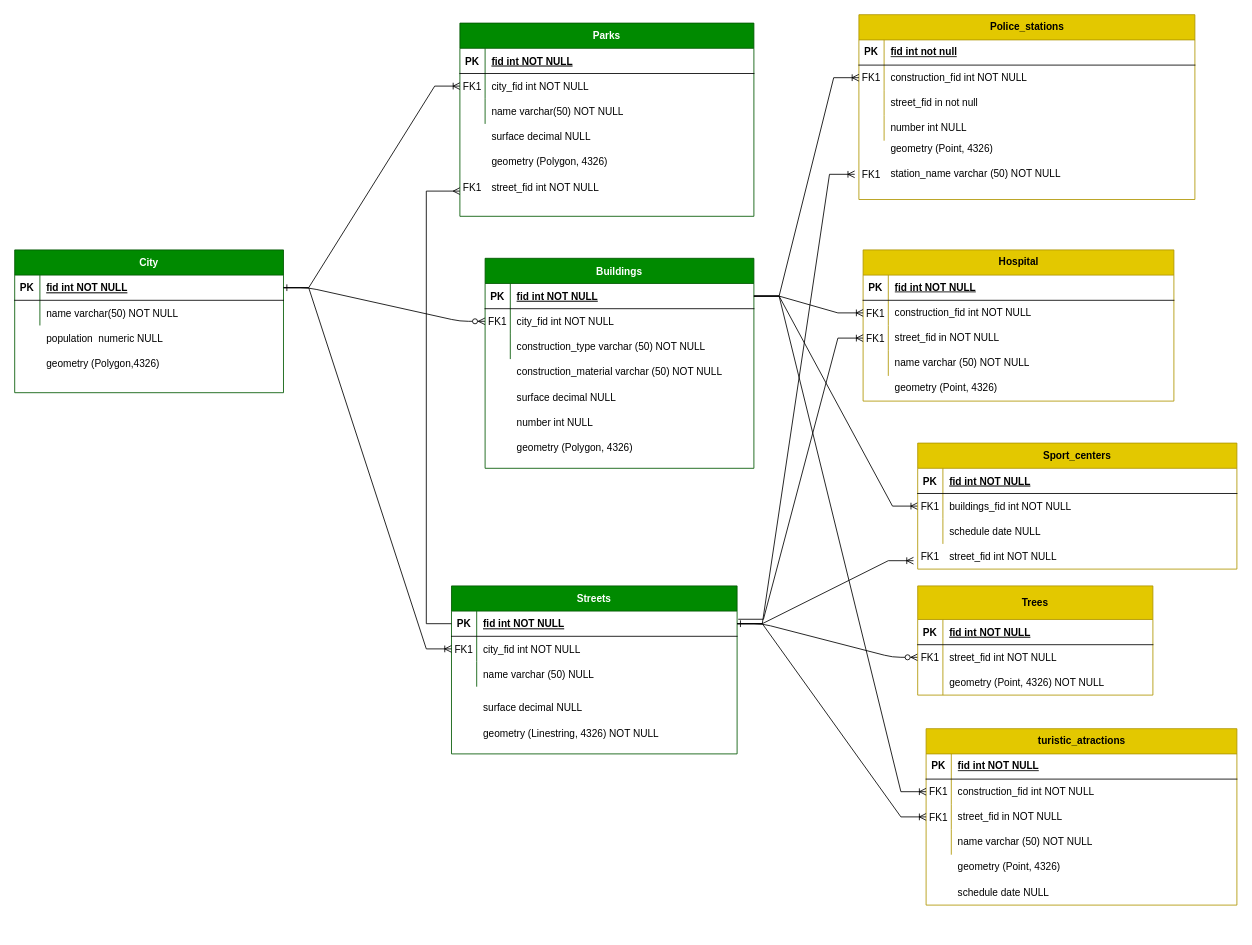
MaticA26/final_project_sem2 keeps this draw.io diagram as Final_project.drawio. Above is the earlier version. Source tidied: cells renumbered, new cells numbered last; positions are measured from the earlier drawing's top-left corner, leaving out a move shared by most shapes. Both pictures are drawn from the tidied source at 84%, with x=0, y=0 at pixel (14, 14).
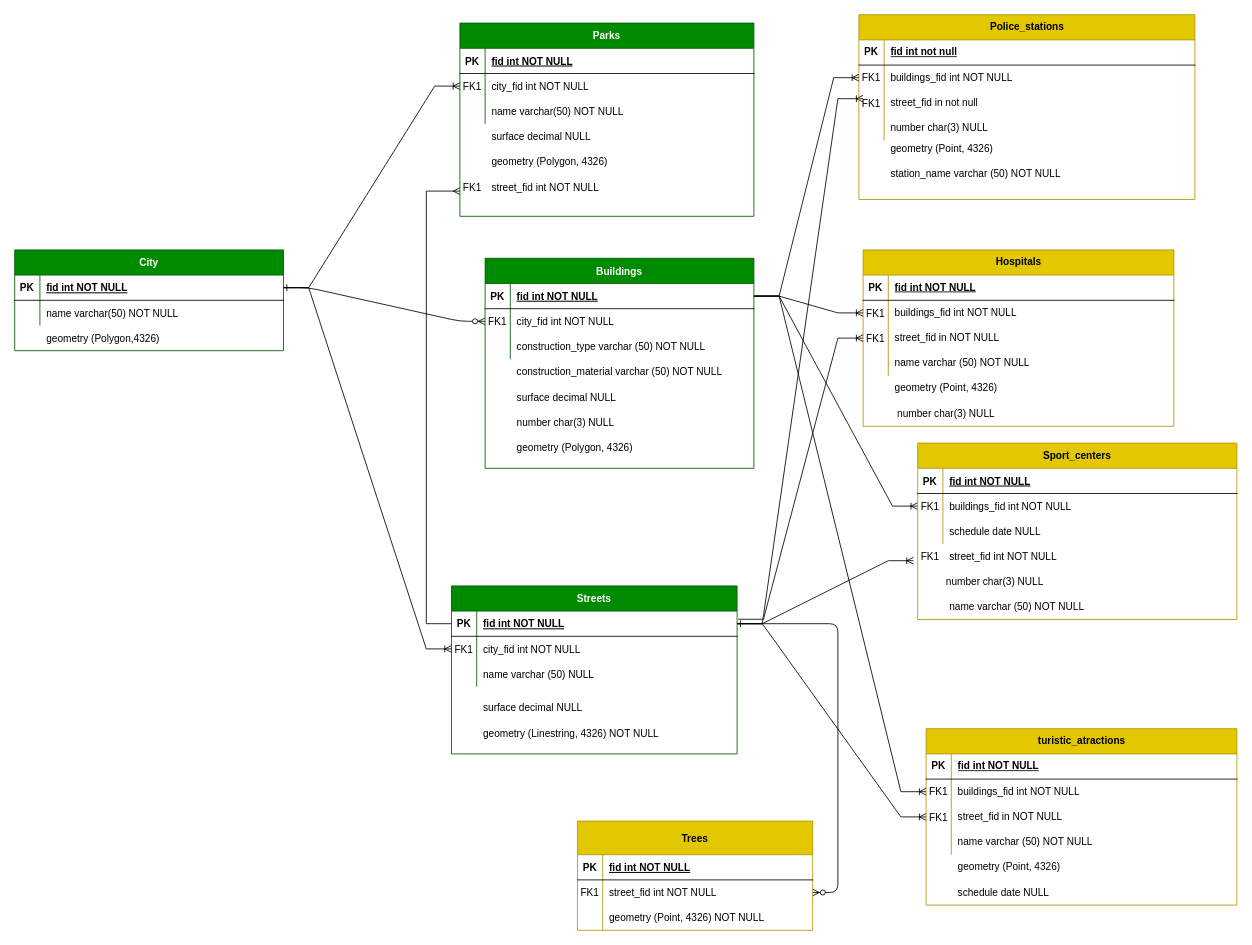
The same diagram, later.

The change refers to these unchanged cells:
```xml
<mxCell id="41" style="shape=partialRectangle;fillColor=none;points=[[0,0.5],[1,0.5]];portConstraint=eastwest;top=0;left=0;right=0;bottom=1;" parent="40" vertex="1">
  <mxGeometry y="30" width="340" height="30" as="geometry" />
</mxCell>
<mxCell id="87" style="shape=tableRow;horizontal=0;startSize=0;swimlaneHead=0;swimlaneBody=0;fillColor=none;points=[[0,0.5],[1,0.5]];portConstraint=eastwest;top=0;left=0;right=0;bottom=0;" parent="83" vertex="1">
  <mxGeometry y="60" width="400" height="30" as="geometry" />
</mxCell>
<mxCell id="93" style="shape=tableRow;horizontal=0;startSize=0;swimlaneHead=0;swimlaneBody=0;fillColor=none;top=0;left=0;right=0;bottom=0;" parent="83" vertex="1">
  <mxGeometry y="120" width="400" height="30" as="geometry" />
</mxCell>
<mxCell id="105" style="shape=tableRow;horizontal=0;startSize=0;swimlaneHead=0;swimlaneBody=0;fillColor=none;points=[[0,0.5],[1,0.5]];portConstraint=eastwest;top=0;left=0;right=0;bottom=0;" parent="101" vertex="1">
  <mxGeometry y="60" width="370" height="30" as="geometry" />
</mxCell>
<mxCell id="126" style="shape=tableRow;horizontal=0;startSize=0;swimlaneHead=0;swimlaneBody=0;fillColor=none;points=[[0,0.5],[1,0.5]];portConstraint=eastwest;top=0;left=0;right=0;bottom=0;" parent="122" vertex="1">
  <mxGeometry y="60" width="370" height="30" as="geometry" />
</mxCell>
```

Change to the diagram source:
```diff
@@
     <mxCell id="14" value="Trees" style="shape=table;startSize=40;childLayout=tableLayout;rowLines=0;fontStyle=1;align=center;fillColor=#e3c800;fontColor=#000000;strokeColor=#B09500;" parent="1" vertex="1">
-      <mxGeometry x="1075" y="680" width="280" height="130" as="geometry" />
+      <mxGeometry x="670" y="960" width="280" height="130" as="geometry" />
     </mxCell>
@@
     <mxCell id="24" value="City" style="shape=table;startSize=30;childLayout=tableLayout;rowLines=0;fontStyle=1;align=center;fillColor=#008a00;fontColor=#ffffff;strokeColor=#005700;" parent="1" vertex="1">
-      <mxGeometry y="280" width="320" height="170" as="geometry" />
+      <mxGeometry y="280" width="320" height="120" as="geometry" />
     </mxCell>
@@
-    <mxCell id="31" style="shape=partialRectangle;fillColor=none;top=0;left=0;right=0;bottom=0;" parent="1" vertex="1">
-      <mxGeometry y="370" width="320" height="30" as="geometry" />
-    </mxCell>
-    <mxCell id="32" style="shape=partialRectangle;overflow=hidden;fillColor=none;top=0;left=0;bottom=0;right=0;" parent="31" vertex="1">
-      <mxGeometry width="30" height="30" as="geometry" />
-    </mxCell>
-    <mxCell id="33" value="population  numeric NULL" style="shape=partialRectangle;overflow=hidden;fillColor=none;top=0;left=0;bottom=0;right=0;align=left;spacingLeft=6;" parent="31" vertex="1">
-      <mxGeometry x="30" width="290" height="30" as="geometry" />
-    </mxCell>
@@
-    <mxCell id="38" value="number int NULL" style="shape=partialRectangle;overflow=hidden;fillColor=none;top=0;left=0;bottom=0;right=0;align=left;spacingLeft=6;" parent="1" vertex="1">
+    <mxCell id="38" value="number char(3) NULL" style="shape=partialRectangle;overflow=hidden;fillColor=none;top=0;left=0;bottom=0;right=0;align=left;spacingLeft=6;" parent="1" vertex="1">
       <mxGeometry x="590" y="470" width="290" height="30" as="geometry" />
     </mxCell>
@@
     <mxCell id="51" style="edgeStyle=entityRelationEdgeStyle;fontSize=12;html=1;endArrow=ERoneToMany;rounded=0;exitX=1;exitY=0.5;exitDx=0;exitDy=0;" parent="1" edge="1" source="41">
       <mxGeometry relative="1" as="geometry">
-        <mxPoint x="1000" y="190" as="targetPoint" />
+        <mxPoint x="1010" y="100" as="targetPoint" />
       </mxGeometry>
     </mxCell>
@@
     <mxCell id="70" value="Sport_centers" style="shape=table;startSize=30;childLayout=tableLayout;rowLines=0;fontStyle=1;align=center;fillColor=#e3c800;fontColor=#000000;strokeColor=#B09500;" parent="1" vertex="1">
-      <mxGeometry x="1075" y="510" width="380" height="150" as="geometry" />
+      <mxGeometry x="1075" y="510" width="380" height="210" as="geometry" />
     </mxCell>
@@
-    <mxCell id="89" value="construction_fid int NOT NULL" style="shape=partialRectangle;fillColor=none;top=0;left=0;bottom=0;right=0;align=left;spacingLeft=6;overflow=hidden;whiteSpace=wrap;html=1;" parent="87" vertex="1">
+    <mxCell id="89" value="buildings_fid int NOT NULL" style="shape=partialRectangle;fillColor=none;top=0;left=0;bottom=0;right=0;align=left;spacingLeft=6;overflow=hidden;whiteSpace=wrap;html=1;" parent="87" vertex="1">
       <mxGeometry x="30" width="370" height="30" as="geometry" />
     </mxCell>
@@
-    <mxCell id="95" value="number int NULL" style="shape=partialRectangle;fillColor=none;top=0;left=0;bottom=0;right=0;align=left;spacingLeft=6;overflow=hidden;whiteSpace=wrap;html=1;" parent="93" vertex="1">
+    <mxCell id="95" value="number char(3) NULL" style="shape=partialRectangle;fillColor=none;top=0;left=0;bottom=0;right=0;align=left;spacingLeft=6;overflow=hidden;whiteSpace=wrap;html=1;" parent="93" vertex="1">
       <mxGeometry x="30" width="370" height="30" as="geometry" />
     </mxCell>
@@
     <mxCell id="97" value="FK1" style="shape=partialRectangle;overflow=hidden;fillColor=none;top=0;left=0;bottom=0;right=0;" parent="1" vertex="1">
-      <mxGeometry x="1005" y="175" width="30" height="30" as="geometry" />
+      <mxGeometry x="1005" y="90" width="30" height="30" as="geometry" />
     </mxCell>
@@
-    <mxCell id="101" value="Hospital" style="shape=table;startSize=30;childLayout=tableLayout;rowLines=0;fontStyle=1;align=center;html=1;fillColor=#e3c800;fontColor=#000000;strokeColor=#B09500;" parent="1" vertex="1">
-      <mxGeometry x="1010" y="280" width="370" height="180" as="geometry" />
+    <mxCell id="101" value="Hospitals" style="shape=table;startSize=30;childLayout=tableLayout;rowLines=0;fontStyle=1;align=center;html=1;fillColor=#e3c800;fontColor=#000000;strokeColor=#B09500;" parent="1" vertex="1">
+      <mxGeometry x="1010" y="280" width="370" height="210" as="geometry" />
     </mxCell>
@@
-    <mxCell id="107" value="construction_fid int NOT NULL" style="shape=partialRectangle;fillColor=none;top=0;left=0;bottom=0;right=0;align=left;spacingLeft=6;overflow=hidden;whiteSpace=wrap;html=1;" parent="105" vertex="1">
+    <mxCell id="107" style="shape=partialRectangle;fillColor=none;top=0;left=0;bottom=0;right=0;align=left;spacingLeft=6;overflow=hidden;whiteSpace=wrap;html=1;" parent="105" vertex="1">
       <mxGeometry x="30" width="340" height="30" as="geometry" />
     </mxCell>
@@
-    <mxCell id="128" value="construction_fid int NOT NULL" style="shape=partialRectangle;fillColor=none;top=0;left=0;bottom=0;right=0;align=left;spacingLeft=6;overflow=hidden;whiteSpace=wrap;html=1;" parent="126" vertex="1">
+    <mxCell id="128" style="shape=partialRectangle;fillColor=none;top=0;left=0;bottom=0;right=0;align=left;spacingLeft=6;overflow=hidden;whiteSpace=wrap;html=1;" parent="126" vertex="1">
       <mxGeometry x="30" width="340" height="30" as="geometry" />
     </mxCell>
@@
     <mxCell id="143" style="shape=partialRectangle;fillColor=none;top=0;left=0;right=0;bottom=0;" parent="1" vertex="1">
-      <mxGeometry y="400" width="320" height="30" as="geometry" />
+      <mxGeometry y="370" width="320" height="30" as="geometry" />
     </mxCell>
@@
+    <mxCell id="146" value="buildings_fid int NOT NULL" style="shape=partialRectangle;fillColor=none;top=0;left=0;bottom=0;right=0;align=left;spacingLeft=6;overflow=hidden;whiteSpace=wrap;html=1;" parent="1" vertex="1">
+      <mxGeometry x="1040" y="340" width="340" height="30" as="geometry" />
+    </mxCell>
+    <mxCell id="147" value="buildings_fid int NOT NULL" style="shape=partialRectangle;fillColor=none;top=0;left=0;bottom=0;right=0;align=left;spacingLeft=6;overflow=hidden;whiteSpace=wrap;html=1;" parent="1" vertex="1">
+      <mxGeometry x="1115" y="910" width="335" height="30" as="geometry" />
+    </mxCell>
+    <mxCell id="148" value="number char(3) NULL" style="shape=partialRectangle;fillColor=none;top=0;left=0;bottom=0;right=0;align=left;spacingLeft=6;overflow=hidden;whiteSpace=wrap;html=1;" parent="1" vertex="1">
+      <mxGeometry x="1042.5" y="460" width="337.5" height="30" as="geometry" />
+    </mxCell>
+    <mxCell id="149" value="number char(3) NULL" style="shape=partialRectangle;fillColor=none;top=0;left=0;bottom=0;right=0;align=left;spacingLeft=6;overflow=hidden;whiteSpace=wrap;html=1;" parent="1" vertex="1">
+      <mxGeometry x="1101.2" y="660" width="337.5" height="30" as="geometry" />
+    </mxCell>
+    <mxCell id="150" value="name varchar (50) NOT NULL" style="shape=partialRectangle;fillColor=none;top=0;left=0;bottom=0;right=0;align=left;spacingLeft=6;overflow=hidden;whiteSpace=wrap;html=1;" parent="1" vertex="1">
+      <mxGeometry x="1105" y="690" width="340" height="30" as="geometry" />
+    </mxCell>
```
